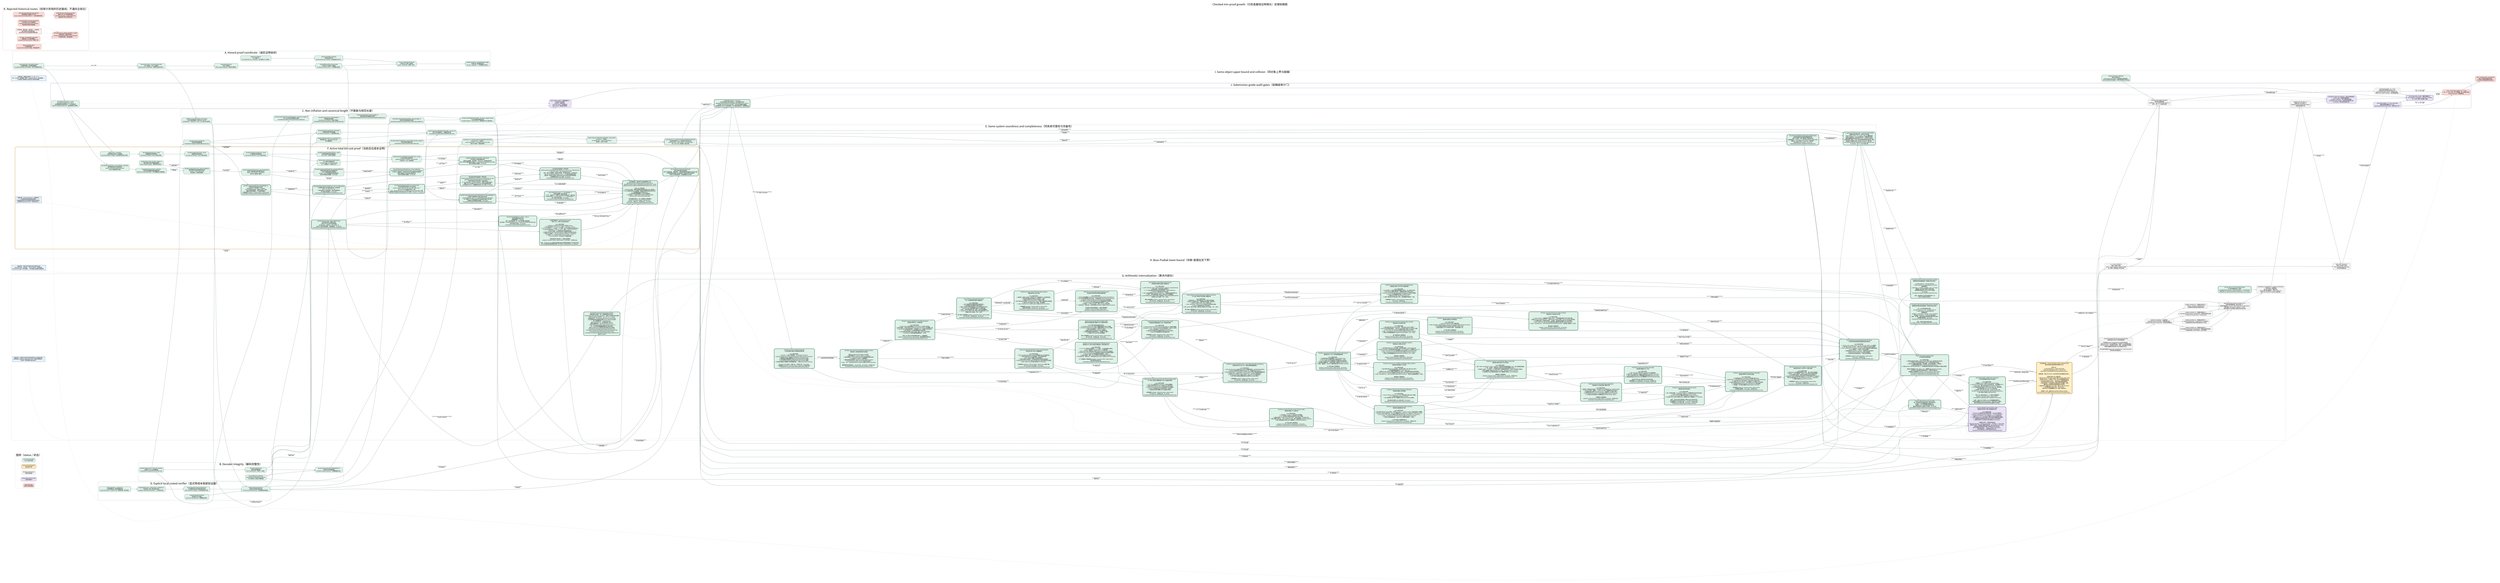
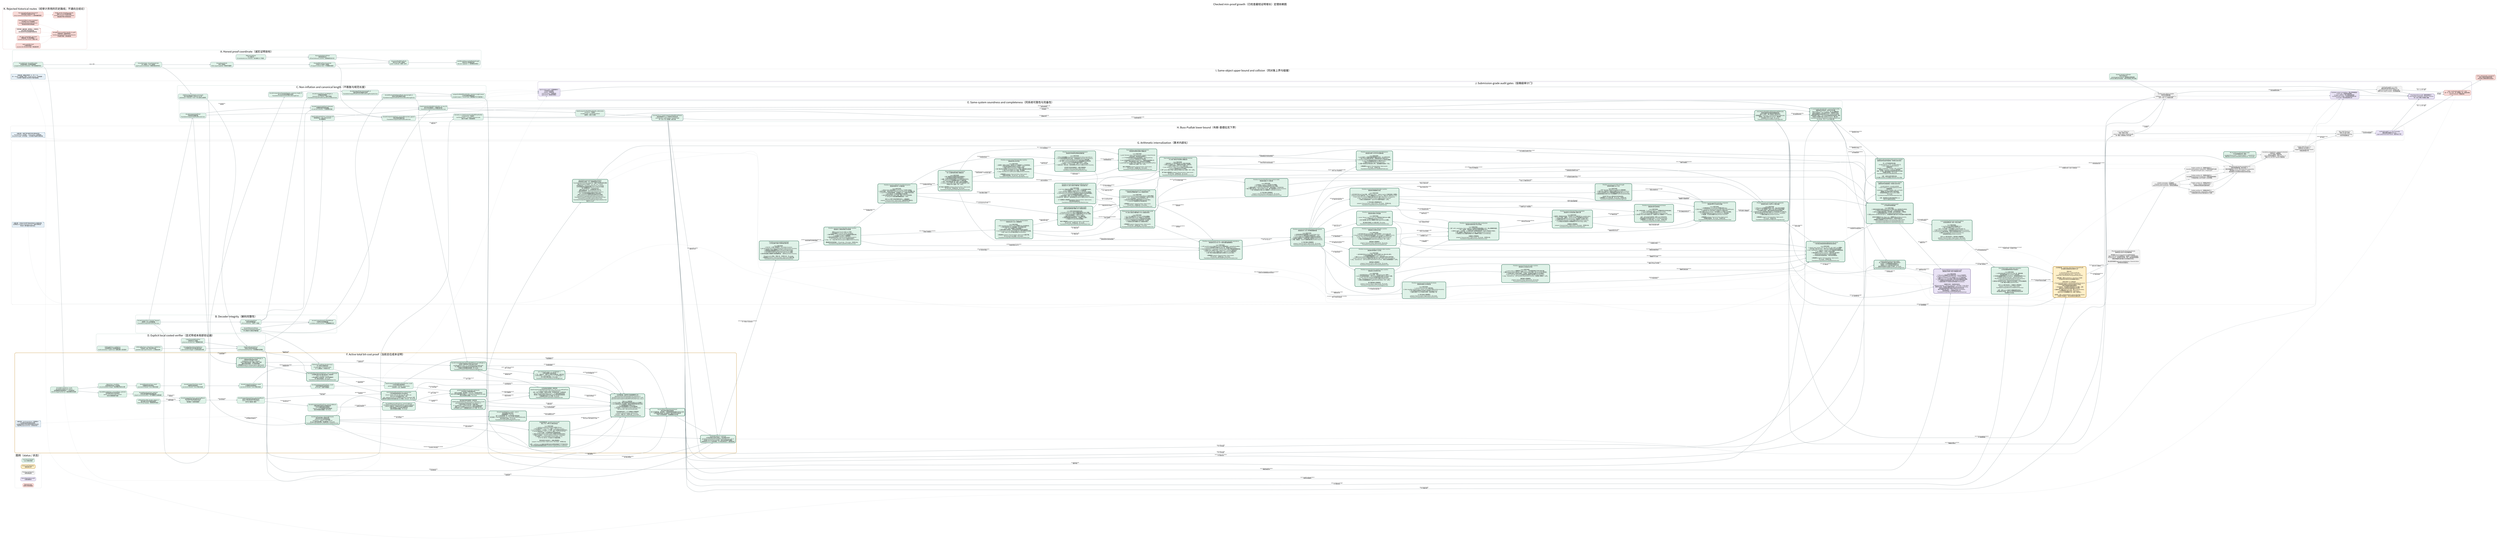
digraph CheckedMinProofDependencies {
  graph [
    rankdir=LR,
    bgcolor="white",
    compound=true,
    newrank=true,
    pad="0.35",
    nodesep="0.30",
    ranksep="0.62",
    fontname="Noto Sans CJK SC",
    fontsize=24,
    label="Checked min-proof growth（已检查最短证明增长）定理依赖图",
    labelloc="t",
    labeljust="c"
  ];
  node [
    shape=box,
    style="rounded,filled",
    fontname="Noto Sans CJK SC",
    fontsize=10.5,
    color="#526d75",
    fillcolor="#eef3f4",
    margin="0.14,0.09",
    penwidth=1.2
  ];
  edge [
    fontname="Noto Sans CJK SC",
    fontsize=8.5,
    color="#65777d",
    arrowsize=0.68,
    penwidth=1.05
  ];

  subgraph cluster_legend {
    label="图例（status / 状态）";
    color="#c8d1d4";
    style="rounded";
    done [label="Lean kernel checked\nLean 内核已检查", fillcolor="#dff2e8", color="#3f7c66"];
    active [label="Active proof obligation\n当前证明义务", fillcolor="#fff0c9", color="#b37a12", penwidth=2.2];
    pending [label="Pending root theorem\n待闭合根定理", fillcolor="#f3f3f3", color="#777777", style="rounded,filled,dashed"];
    audit [label="Axiom/dependency audit\n公理/依赖审计", fillcolor="#e9e3f5", color="#76639a"];
    rejected [label="Rejected route\n经审计弃用的路线", fillcolor="#f8d9d6", color="#a8443d", style="rounded,filled,dashed"];
  }

  subgraph cluster_coordinate {
    label="A. Honest proof coordinate（诚实证明坐标）";
    color="#8fb7aa";
    style="rounded";

    natcode [label="binaryNatCode / decodeBinaryNat\n自然数前缀码 / 自然数前缀解码\nescaped-bit prefix serialization（转义位前缀序列化）", fillcolor="#dff2e8"];
    syntaxcode [label="binaryTermCode + binaryFormulaCode\n项二进制码 + 公式二进制码\ntyped syntax serialization（类型化语法序列化）", fillcolor="#dff2e8"];
    sequentcode [label="binarySequentCode\n序列二进制码\nfinite sequent payload（有限序列载荷）", fillcolor="#dff2e8"];
    prooftree [label="CheckedPAProofTree.binaryCode\n已检查 PA 证明树二进制码\n10 sequent-calculus rules（十条相继式规则）", fillcolor="#dff2e8"];
    axiomcert [label="PAAxiomCertificate\nPA 公理证书\n23 constructors incl. induction（含归纳的 23 个构造）", fillcolor="#dff2e8"];
    structcert [label="StructuralValidityCertificate\n结构有效性证书\nall local witnesses counted（全部局部见证计长）", fillcolor="#dff2e8"];
    certifiedcode [label="binaryCertifiedPAProofCode\n带证书 PA 证明二进制码\nproof + certificate（证明 + 证书）", fillcolor="#dff2e8"];
    packedcode [label="packBinaryString / packedPayloadLength\n位串打包 / 有效载荷长度\nNat.size = payload + 1（自然数位长等式）", fillcolor="#dff2e8"];

    natcode -> syntaxcode [label="labels / 标签"];
    syntaxcode -> sequentcode;
    sequentcode -> prooftree;
    axiomcert -> structcert;
    prooftree -> certifiedcode;
    structcert -> certifiedcode;
    certifiedcode -> packedcode;
  }

  subgraph cluster_decoder {
    label="B. Decoder integrity（解码完整性）";
    color="#8fb7aa";
    style="rounded";

    typeddecoder [label="decodeCompactTerm / Formula / Sequent\n紧凑项 / 公式 / 序列解码器\nFoundationCompactPAProofVerifier.lean", fillcolor="#dff2e8"];
    proofdecoder [label="decodeCompactProof\n紧凑证明树解码器\nall 10 constructors（全部十个构造）", fillcolor="#dff2e8"];
    certdecoder [label="decodePAAxiomCertificate\ndecodeStructuralValidityCertificate\nPA 公理证书 / 结构证书解码器", fillcolor="#dff2e8"];
    packeddecoder [label="decodeCompactPackedCertifiedPAProof\n打包带证书证明解码器\nno hidden auxiliary witness（无隐藏辅助见证）", fillcolor="#dff2e8"];

    typeddecoder -> proofdecoder;
    certdecoder -> packeddecoder;
    proofdecoder -> packeddecoder;
  }

  subgraph cluster_size {
    label="C. Non-inflation and canonical length（不膨胀与规范长度）";
    color="#8fb7aa";
    style="rounded";

    structural [label="decodeCompactProof_parseWeight_le\n证明解码结构量界\nstructural non-inflation（结构不膨胀）\nFoundationCompactProofDecoderStructuralBound.lean", fillcolor="#dff2e8"];
    syntaxcanonical [label="decodeCompactTerm/Formula/Sequent_canonical_length_le\n项/公式/序列规范重编码长度界\nFoundationCompactCanonicalDecodeLength.lean", fillcolor="#dff2e8"];
    proofcanonical [label="decodeCompactProof_binaryLength_le\n完整证明树规范重编码长度界\nFoundationCompactProofCanonicalDecodeLengthComplete.lean", fillcolor="#dff2e8"];
    certcanonical [label="decodeStructuralValidityCertificate_binaryLength_le\n结构证书规范重编码长度界\nFoundationCompactCertificateCanonicalDecodeLength.lean", fillcolor="#dff2e8"];
    totalcanonical [label="compactCertifiedPAProofVerifier_canonical_length_bound\n公开验证器规范载荷总界\naccepted output <= honest input（接受输出不长于诚实输入）", fillcolor="#dff2e8"];
    transformsize [label="shift/free/neg/substitution size bounds\n移位/自由变量嵌入/否定/代入大小界\nsubstitution <= formula × term（代入至多公式乘项）", fillcolor="#dff2e8"];

    typeddecoder -> syntaxcanonical;
    proofdecoder -> structural;
    syntaxcanonical -> proofcanonical;
    certdecoder -> certcanonical;
    proofcanonical -> totalcanonical;
    certcanonical -> totalcanonical;
    syntaxcode -> transformsize;
  }

  subgraph cluster_explicit_local {
    label="D. Explicit local costed verifier（显式带成本局部验证器）";
    color="#8fb7aa";
    style="rounded";

    biteq [label="bitStringEqTrace / natEqTrace\n位串相等轨迹 / 自然数相等轨迹\nresult correctness + explicit cost（结果正确 + 显式成本）", fillcolor="#dff2e8"];
    bitset [label="bitStringMemTrace / SubsetTrace / SetEqTrace\n位串成员 / 包含 / 集合等价轨迹\nquadratic-style explicit bounds（二次型显式界）", fillcolor="#dff2e8"];
    formulalist [label="formulaEq/Mem/Subset/SetEqTrace\n公式相等/成员/包含/集合等价轨迹\ncode emission charged（公式码生成已计费）", fillcolor="#dff2e8"];
    listedtree [label="ListedCheckedPAProofTree\n列表序列 PA 证明树\npreserves decoded lists（保留解码列表）", fillcolor="#dff2e8"];
    listedcert [label="listedCertificateValidTrace\n列表证书有效性成本轨迹\nno Finset decide black box（无有限集判定黑箱）", fillcolor="#dff2e8"];

    biteq -> bitset;
    bitset -> formulalist;
    listedtree -> listedcert;
    formulalist -> listedcert;
    transformsize -> listedcert [label="local transforms\n局部变换"];
  }

  subgraph cluster_same_system {
    label="E. Same-system soundness and completeness（同系统可靠性与完备性）";
    color="#8fb7aa";
    style="rounded";

    listdecoder [label="decodeCompactListedProof\n列表保持证明解码器\nFoundationCompactListedProofDecoder.lean", fillcolor="#dff2e8"];
    projection [label="decodeCompactListedProof_toChecked\n列表解码投影到原检查器\n10-rule fuel induction（十规则燃料归纳）", fillcolor="#dff2e8"];
    localiff [label="listedCertificateValidTrace_toChecked_iff\n新局部轨迹 <-> 原 certificateValid\n语义精确等价", fillcolor="#dff2e8"];
    publiciff [label="listedCompactCertifiedPAProofVerifier_eq_true_iff\n新公开验证器接受 <-> 精确检查关系\nFoundationCompactListedCertifiedVerifier.lean", fillcolor="#dff2e8"];
    soundness [label="listedCompactCertifiedPAProofVerifier_toDerivation\nsoundness（可靠性）\naccepted code -> real PA Derivation2\n接受码 -> 真实 PA 推导", fillcolor="#dff2e8"];
    listencoder [label="decodeCompactListedProof_canonicalBinaryCode_append\n列表证明规范编码往返\nFoundationCompactListedProofEncoder.lean", fillcolor="#dff2e8"];
    completeness [label="derivation_to_listedCompactCertifiedPAProofVerifier\ncompleteness（完备性）\nreal PA derivation -> accepted canonical code\n真实 PA 推导 -> 规范接受码", fillcolor="#dff2e8"];
    predicate [label="Concrete P(x,y) / ListedCompactCertifiedPAProofChecks\n具体证明谓词 P(x,y) / 列表带证书检查关系\nsame formula + same checker + honest length\n同一公式 + 同一检查器 + 诚实长度", fillcolor="#dff2e8", penwidth=2.0];
    minmeasure [
      label="minListedCertifiedPAProofPayloadLength(formula)\n具体检查器诱导的最短完整载荷长度\n真实 PA 推导 -> 最小值由某个接受码实现\n任意接受码 -> minimum <= packedPayloadLength(code)\n接受码 -> 同公式真实 Derivation2（推导树）\n无项目级 proof_length；无 sorryAx\nFoundationCompactListedMinProofLength.lean",
      fillcolor="#dff2e8", color="#2f6f57", penwidth=2.8
    ];
    canonicalnormalize [
      label="P_canon(code, formulaCode) + canonical Bool verifier\n纯数值规范证明关系 + 规范布尔验证器\nBool verifier = true <-> P_canon，由 Lean 精确证明\n任意公开接受码 -> 同公式码规范码，完整载荷不增长\n最短完整载荷必由真实规范 proof + certificate 码实现\n全体码有限一致性 <-> 同 cutoff 的纯数值规范码有限一致性\n非规范/冗余编码不能人为压低 minimum（最小值）\nFoundationCompactListedCanonicalNormalization.lean\n无 sorryAx；仅三个 Lean 标准公理",
      fillcolor="#dff2e8", color="#2f6f57", penwidth=2.8
    ];

    typeddecoder -> listdecoder;
    listdecoder -> projection;
    proofdecoder -> projection;
    listedcert -> localiff;
    projection -> publiciff;
    localiff -> publiciff;
    packeddecoder -> publiciff;
    publiciff -> soundness;
    prooftree -> listencoder;
    listdecoder -> listencoder;
    listencoder -> completeness;
    listedcert -> completeness;
    soundness -> predicate;
    completeness -> predicate;
    predicate -> minmeasure [label="minimum over accepted codes\n对接受码取最小值"];
    completeness -> minmeasure [label="nonempty accepted set\n接受集合非空"];
    publiciff -> canonicalnormalize [label="decode every accepted code\n解码任意接受码"];
    listencoder -> canonicalnormalize [label="canonical re-encoding\n规范重编码"];
    totalcanonical -> canonicalnormalize [label="no payload growth\n载荷不增长"];
    minmeasure -> canonicalnormalize [label="minimum realized canonically\n最小值由规范码实现"];
  }

  subgraph cluster_cost_active {
    label="F. Active total bit-cost proof（当前总位成本证明）";
    color="#c18a27";
    style="rounded,bold";

    nattrace [label="decodeBinaryNatTrace_result\ndecodeBinaryNatTrace_cost_le\n自然数解码轨迹结果等价 + 二次位成本界\nNat.bit charged by Nat.size（按自然数位长收费）", fillcolor="#dff2e8", color="#3f7c66"];
    tracebind [label="OptionTrace + traceBind\n可选结果成本轨迹 + 轨迹绑定\nevery bind/failure charged（每次绑定/失败均计费）", fillcolor="#dff2e8", color="#3f7c66"];
    vectortrace [label="decodeManyVectorTrace_result\n向量解码轨迹结果等价\nLean kernel checked（Lean 内核已检查）", fillcolor="#dff2e8", color="#3f7c66"];
    termtrace [label="decodeCompactTermTrace_result\n项解码轨迹结果等价\nLean kernel checked（Lean 内核已检查）", fillcolor="#dff2e8", color="#3f7c66"];
    formulatrace [label="decodeCompactFormulaTrace_result\n公式解码轨迹结果等价\nLean kernel checked（Lean 内核已检查）", fillcolor="#dff2e8", color="#3f7c66"];
    prooftrace [label="decodeCompactListedProofTrace_result\n列表证明解码轨迹结果等价\nall 10 rules（全部十条规则）", fillcolor="#dff2e8", color="#3f7c66"];
    certtrace [label="PA/structural certificate decoder traces\nPA / 结构证书解码轨迹\n23 axiom tags + 4 recursive nodes\n23 个公理标签 + 4 种递归节点", fillcolor="#dff2e8", color="#3f7c66"];
    publictrace [label="listedCompactCertifiedPAProofVerifierTrace_result\n公开验证器轨迹结果等价\npacked envelope + formula + local checks\n打包外壳 + 公式 + 局部检查", fillcolor="#dff2e8", color="#3f7c66"];
    natpotential [label="decodeBinaryNatTrace_success/failure_potential\n自然数解码成功/失败势能界\nquartic consumed-prefix invariant\n四次已消费前缀不变量", fillcolor="#dff2e8", color="#3f7c66"];
    vectorpotential [label="decodeManyVectorTrace_potential\n任意长度向量解码摊还势能定理\ndisjoint consumed prefixes（互不重叠的已消费前缀）", fillcolor="#dff2e8", color="#3f7c66"];
    symbolcharge [label="arithmeticFunc/Rel_decode_charge_le\n算术函数/关系符号解码收费界\nfinite ORing language（有限有序环语言）", fillcolor="#dff2e8", color="#3f7c66"];
    termpotential [label="decodeCompactTermTrace_parserCostBound\n紧凑项解码器全路径摊还成本界\nsuccess + every failure path\n成功路径 + 全部失败路径", fillcolor="#dff2e8", color="#3f7c66"];
    formulapotential [label="decodeCompactFormulaTrace_parserCostBound\n紧凑公式解码器全路径摊还成本界\natoms / connectives / quantifiers\n原子式 / 联结词 / 量词", fillcolor="#dff2e8", color="#3f7c66"];
    proofpotential [
      label="decodeCompactListedProofTrace_parserCostBound\n列表证明树全路径四次势能成本界\n十条 PA 相继式规则全部通过\nand/cut 二叉子证明势能已望远镜相消\n成功/失败路径全覆盖；无 sorryAx",
      fillcolor="#dff2e8", color="#3f7c66"
    ];
    certpotential [
      label="decodePAAxiomCertificateTrace_parserCostBound\ndecodeStructuralValidityCertificateTrace_parserCostBound\n23 种 PA 公理标签 + 4 种递归证书节点全路径四次势能界\n归纳公理体和二元证书树已摊还闭合\n成功/失败路径全覆盖；无 sorryAx",
      fillcolor="#dff2e8", color="#3f7c66", penwidth=2.2
    ];
    packedcost [
      label="packed proof/formula decoder cost bounds\n打包证明/公式解码器成本界\n证明+证书串联、末位哨兵、dropLast、空后缀全部闭合\n两个公开打包解码器均不超过 2 × decoderPotential(Nat.size code)\n成功/失败路径全覆盖；无 sorryAx",
      fillcolor="#dff2e8", color="#2f6f57", penwidth=2.8
    ];
    transformcode [
      label="transformation binary-code length bounds\n语法变换完整二进制码长界\nshift/free/neg 均至多线性膨胀\nsubstitution：|phi[t]| <= 3(F+1)(W+1)F\n含 qpow 量词深度预算；无隐藏参数；无 sorryAx\nFoundationCompactSyntaxTransformationCodeBounds.lean",
      fillcolor="#dff2e8", color="#2f6f57", penwidth=2.8
    ];
    negtrace [
      label="binaryFormulaNegTrace_result / _cost_le\n否定变换真实递归轨迹\n结果精确等于 ∼formula\n每个公式构造收费一步；原子项向量不重复遍历\n执行成本 <= formulaSymbolCount <= |binaryFormulaCode(formula)|\n单文件探针已通过；无 sorryAx\nFoundationCompactSyntaxNegationTrace.lean",
      fillcolor="#dff2e8", color="#2f6f57", penwidth=2.8
    ];
    axmjoint [
      label="axm comparator input <= 2 * jointWeight + 1\n公理比较器输入联合坐标界\n上下文、候选句子、完整 PA 公理证书均落在同一诚实位权\ncertificateBits + sentenceBits + 1 <= 2 * jointWeight + 1\n四个坐标引理已通过；无 sorryAx\nFoundationCompactListedAxiomJointWeight.lean",
      fillcolor="#dff2e8", color="#2f6f57", penwidth=2.8
    ];
    honestproof [
      label="decodeCompactListedProof_honestWeight_le\n列表保持证明树诚实位权界\nweight(tree) + 8|suffix| <= 8|input|\n十条 PA 规则全部闭合；重复公式逐个计费\n覆盖任意成功解码，不只是规范编码\n公理画像仅 propext / Classical.choice / Quot.sound\nFoundationCompactListedProofHonestWeight.lean",
      fillcolor="#dff2e8", color="#2f6f57", penwidth=2.8
    ];
    honestcert [
      label="decodeCompactPackedListedCertifiedPAProof_honestWeight_le\n证明树+完整结构证书联合诚实位权界\njointWeight(tree,cert) <= 8 * packedPayloadLength(code)\nPA 公理证书 23 标签及递归证书全部由实际输入位计费\n无辅助见证和隐藏长度参数；无 sorryAx\nFoundationCompactListedCertifiedHonestWeight.lean",
      fillcolor="#dff2e8", color="#2f6f57", penwidth=2.8
    ];
    localprimitives [
      label="formulaEq/Mem/Subset/SetEqTrace_cost_le_polynomial\n公式相等/成员/包含/集合等价统一位成本界\nP(w) = 4 + 2(w+3)^2 + w\nw 是全部输入公式码位权，包含列表重复项\n四个端点全部通过；无 sorryAx\nFoundationCompactListedLocalCostPrimitives.lean",
      fillcolor="#dff2e8", color="#2f6f57", penwidth=2.8
    ];
    localbranches9 [
      label="10/10 listedCertificateValidTrace cost branches\n十条证明规则局部成本分支全部闭合\nclosed / verum / and / or / all / exs / wk / shift / cut：\n由 P(G(w)) 及生成语法界统一计费\naxm：由 A(w)=K*(2w+1)^12 的真实 guarded comparator 计费\n最终每节点固定多项式包络已由 Lean 检查；无 haxm、无 sorryAx",
      fillcolor="#dff2e8", color="#2f6f57", penwidth=2.8
    ];
    localinduction [
      label="联合坐标内部归纳骨架 + 具体实例\nlistedCertificateValidTrace_jointCost_le_polynomial_of_axm\nguardedListedCertificateValidTrace_jointCost_le\n十规则证明树/证书同步统一归纳已通过\nb = proofWeight + certificateWeight（证明+证书联合位权）\n抽象 haxm 已由真实 guarded axm 成本定理具体消除\n公开实例无 haxm；公理画像仅标准 Lean 公理；无 sorryAx",
      fillcolor="#dff2e8", color="#2f6f57", penwidth=2.8
    ];
    publicskeleton [
      label="公开总成本内部骨架 + 具体实例\nlistedCompactCertifiedPAProofVerifierTrace_cost_le_of_certificateTrace\ns = Nat.size(code) + Nat.size(formulaCode)\n合并：两个打包解码、局部证书检查、结论集合比较、公式码比较\nQ(s)=4*decoderPotential(s)+L(s)+1，L(s) 是显式固定多项式\n原先唯一内部证书成本义务现已由 guarded 联合成本定理消除\n公理画像仅标准 Lean 公理；无 sorryAx\nFoundationCompactListedPublicCostSkeleton.lean",
      fillcolor="#dff2e8", color="#2f6f57", penwidth=2.8
    ];
    publiccost [
      label="【主终端完成：具体带守卫检查器最终汇合】\nguardedListedCertificateValidTrace_jointCost_le\nguardedListedCompactCertifiedPAProofVerifierTrace_result\nguardedListedCompactCertifiedPAProofVerifierTrace_cost_le\n\n已由 Lean 内核检查：\n1. axm 的 23 标签、接受/拒绝路径和候选长度 guard 全部统一；\n2. axm 局部成本进入与证明树、结构证书相同的诚实联合位权；\n3. 十规则整树成本不再带 haxm；\n4. 公开轨迹结果精确等于公开验证器结果；\n5. 总位成本 <= listedPublicVerifierCostPolynomial(\n   Nat.size code + Nat.size formulaCode)。\n\n定向构建退出码 0；五个关键端点公理画像仅\npropext / Classical.choice / Quot.sound。\n无 haxm、无输入包、无项目公设、无 sorryAx。\nFoundationCompactListedGuardedAxiomCost.lean",
      fillcolor="#dff2e8", color="#2f6f57", penwidth=2.8
    ];
    amortized [label="Success/failure total potential bound\n成功/失败全路径总势能界\n两个打包解码器、语法变换、十规则局部检查和最终比较均已计费\n公开轨迹的所有输入对均满足同一固定多项式位成本界\n不是只分析接受路径；无隐藏辅助见证长度", fillcolor="#dff2e8", color="#2f6f57", style="rounded,filled", penwidth=2.8];
    costnote [shape=note, label="关键注释：result equivalence（结果等价）\n只证明轨迹没有改掉验证结果；\n必须再证明成功/失败全路径的固定多项式界，\n才能声称 polynomial time（多项式时间）。", fillcolor="#e8f1f8", color="#4e7892"];
    transformtrace [label="【共享终端完成：guarded axiom trace】\n移位 / 代入 / 带守卫公理比较轨迹\n\nLean 内核已检查：\n1. shift/free/substitution/list/fixitr 的真实 QTrace；\n2. fixitr 输出码长 <= 4*(L+1)^2；成本 <= 128*(m+L+1)^2*L；\n3. succInd 四次代入、三次否定、三个析取、两个全称量词全部真实执行；\n4. succInd 输出码长 <= 10^7*(L+1)^4；成本 <= 10^11*(L+1)^12；\n5. guard 完备：合法相等候选不会被提前拒绝；\n6. 接受分支 fixitr/allClosure/formulaEq 与拒绝分支总成本均闭合；\n7. 全部 23 标签统一：true iff certificate.sentence = candidate；\n8. 总成本 <= K*(certificateBits+sentenceBits+1)^12，\n   K=10^30+(3B+4)，B 为显式 26 句固定预算。\n\n两条验收命令退出码 0；关键公理画像仅\npropext / Classical.choice / Quot.sound；无 sorryAx、无项目公设。\n\n边界：certificate-only 直接生成完整归纳句在稀疏变量编号下不可能多项式；\n本节点完成的是保持接受关系的 candidate-length guarded comparator。", fillcolor="#dff2e8", color="#2f6f57", style="rounded,filled", penwidth=2.8];
    polytime [label="VerifierBitCost(x,y) <= p(|x|+|y|)\n公开验证器总位成本不超过一个显式固定多项式\nguardedListedCompactCertifiedPAProofVerifierTrace_cost_le\n对全部 code/formulaCode 成立，成功与失败路径均覆盖\n这里是项目 QTrace 位成本模型；PA 内短证明仍由下一簇单独完成", fillcolor="#dff2e8", color="#2f6f57", style="rounded,filled", penwidth=2.8];

    natcode -> nattrace;
    nattrace -> tracebind;
    tracebind -> vectortrace;
    vectortrace -> termtrace;
    termtrace -> formulatrace;
    formulatrace -> prooftrace;
    certdecoder -> certtrace;
    formulatrace -> certtrace;
    prooftrace -> publictrace;
    certtrace -> publictrace;
    publictrace -> amortized [label="exact behavior first\n先固定精确行为"];
    nattrace -> natpotential;
    natpotential -> vectorpotential;
    vectorpotential -> termpotential [label="argument vectors\n参数向量"];
    symbolcharge -> termpotential [label="finite symbol decoding\n有限符号解码"];
    termpotential -> formulapotential [label="terms inside atoms\n原子式中的项"];
    formulapotential -> proofpotential [label="formulas inside sequents\n序列中的公式"];
    proofpotential -> certpotential [label="proof/certificate alignment\n证明树/证书树对齐"];
    formulapotential -> certpotential [label="induction body\n归纳公理体"];
    certpotential -> packedcost [label="proof + certificate stream\n证明 + 证书串"];
    publictrace -> packedcost [label="same executable result\n同一可执行结果"];
    packedcost -> publiccost [label="decoded objects\n已解码对象"];
    transformsize -> transformcode [label="from symbol count to full bits\n从符号数提升到完整位长"];
    transformcode -> negtrace [label="input bit-length control\n输入位长控制"];
    negtrace -> publiccost [label="closed/cut negation charge\n闭合/切规则否定计费"];
    transformcode -> publiccost [label="generated-code bounds\n生成公式码长界"];
    listdecoder -> honestproof [label="all successful parses\n全部成功解码"];
    honestproof -> honestcert [label="proof-tree charge\n证明树计费"];
    certcanonical -> honestcert [label="full certificate bits\n完整证书位"];
    honestcert -> publiccost [label="joint decoded-data bound\n联合解码数据界"];
    honestcert -> axmjoint [label="proof + certificate coordinate\n证明 + 证书坐标"];
    axmjoint -> publiccost [label="guarded comparator input bound\n带守卫比较器输入界"];
    listedcert -> localprimitives [label="exact trace costs\n精确轨迹成本"];
    honestproof -> localprimitives [label="duplicate-preserving weights\n保留重复项位权"];
    localprimitives -> publiccost [label="uniform quadratic bound\n统一二次界"];
    localprimitives -> localbranches9 [label="per-rule instantiation\n逐规则实例化"];
    transformcode -> localbranches9 [label="generated syntax bounds\n生成语法界"];
    localbranches9 -> publiccost [label="nine checked branches\n九条已检查分支"];
    localbranches9 -> localinduction [label="structural aggregation\n结构汇总"];
    localinduction -> publiccost [label="haxm concretely discharged\nhaxm 已由具体定理消除"];
    localinduction -> publicskeleton [label="local certificate polynomial\n局部证书多项式"];
    packedcost -> publicskeleton [label="two packed decoder bounds\n两个打包解码界"];
    honestcert -> publicskeleton [label="decoded joint weight\n解码联合位权"];
    publicskeleton -> publiccost [label="concrete discharge checked\n具体消义务已检查"];
    listedcert -> publiccost [label="explicit local checks\n显式局部检查"];
    publiccost -> amortized;
    totalcanonical -> amortized [label="consumed-length control\n消费长度控制"];
    costnote -> amortized [style=dotted, arrowhead=none, constraint=false];
    transformcode -> transformtrace;
    transformtrace -> publiccost [label="guarded axm + shift/free/substitution costs\n带守卫公理 + 移位/自由化/代入成本"];
    amortized -> polytime;
    transformtrace -> polytime;
    totalcanonical -> polytime [label="input/output length control\n输入输出长度控制"];
    listedcert -> polytime [label="local cost bounds\n局部成本界"];
    predicate -> polytime [label="exact executable relation\n精确可执行关系"];
  }

  subgraph cluster_internalization {
    label="G. Arithmetic internalization（算术内部化）";
    color="#9a9a9a";
    style="rounded,dashed";

    listedconmeta [label="ListedCertifiedFiniteConsistencyAt(k)\n同一列表保持验证器的有限一致性元层语义\n无长度 <= k 的完整载荷码被接受为 ⊥\n普通及 2^(A*n) 放大版本无条件为真\n接受反向恢复同公式真实 PA 推导；无 sorryAx\nFoundationCompactListedFiniteConsistencyTarget.lean", fillcolor="#dff2e8", color="#2f6f57", penwidth=2.8];
    arithinput [label="Primitive-recursive packed input layer\n公开验证器打包输入的原始递归算术层\n\nLean 内核已检查：\n1. Nat.bits（小端二进制展开）为 primitive recursive；\n2. getLast?/dropLast 与 sentinel payload peel 均为 primitive recursive；\n3. 剥离成功 iff 输入精确等于 packBinaryString(payload)；\n4. 新剥离器结果精确等于现有 packedPayloadTrace 结果；\n5. decodeBinaryNat 已由 right-fold state machine 重建；\n6. 新状态机逐输入精确等于原前缀解码器，二者均为 primitive recursive。\n\n无 typed syntax 假设、无输入包、无项目公设、无 sorryAx；\n公理画像仅 propext / Classical.choice / Quot.sound 或其子集。\nFoundationCompactListedVerifierArithmeticInput.lean", fillcolor="#dff2e8", color="#2f6f57", penwidth=2.8];
    tokenstream [label="Primitive-recursive binary-Nat token stream machine\n原始递归二进制自然数记号流机器\n\n具体 bounded iterator 已由 Lean 检查：\n1. 状态明确区分 running / failed / accepted；\n2. 每步调用同一个 decodeBinaryNat 并保留真实剩余位串；\n3. 总步数由 inputBits+1 明确限制；\n4. 最终结果逐位串等于 repeated-prefix reference parser；\n5. binaryNatCode token stream 的规范往返成立；\n6. step、run、output 和 reference parser 全部 primitive recursive。\n\n覆盖畸形和非规范输入；无 rawCode、无 sorryAx、无项目公设。\nFoundationCompactBinaryNatStreamMachine.lean", fillcolor="#dff2e8", color="#2f6f57", penwidth=2.8];
    bitsync [label="Exact noncanonical bit/token stream synchronization\n非规范位流与 token 流精确同步\n\nLean 内核已检查：\n1. 定义 repeated decodeBinaryNat 的精确 token/位后缀关系；\n2. 关系可按任意 token 前后缀唯一切分并重新合成；\n3. 同一 token 前缀留下的位后缀唯一；\n4. 规范位编码只是特例，不把非规范高位零误判为规范码；\n5. bounded stream decoder 成功 iff 全部 token 恰好消费至空位后缀；\n6. 每个 token-list split 都对应真实 bit boundary。\n\n公理画像仅 propext / Classical.choice / Quot.sound 或其子集；\n无 canonical-input 假设、无 sorryAx。\nFoundationCompactBinaryNatStreamSynchronization.lean", fillcolor="#dff2e8", color="#2f6f57", penwidth=2.8];
    syntaxparser [label="Primitive-recursive arithmetic term/formula parser\n原始递归算术项 / 公式解析器\n\nLean 内核已检查：\n1. 纯 Nat token 状态机覆盖 bvar/fvar/func 与全部公式构造；\n2. 有序环函数、关系符号码与 typed decoder 的 decode₂ 条件精确一致；\n3. repeat frame 逐项处理参数，不按稀疏 arity 一次展开巨型任务表；\n4. 每个真实项 / 公式都有精确执行步数定理；\n5. 执行步数不超过真实 token 长度，固定二次 fuel 必然足够；\n6. 公开 parser 对规范编码精确返回同一 suffix。\n\n定向 Lean 探针与目标构建退出码 0；公理画像仅\npropext / Classical.choice / Quot.sound；静态禁用项扫描为空。\nFoundationCompactSyntaxTokenMachine.lean", fillcolor="#dff2e8", color="#2f6f57", penwidth=2.8];
    syntaxinversion [label="Exact arbitrary-input syntax inversion\n项 / 公式解析器任意输入精确反演\n\nLean 内核已检查：\n1. 每个纯数值任务栈都有类型化前缀语义；\n2. 每次数值状态转换反向保持该语义；\n3. 函数 / 关系符号有效码恢复同 arity 的真实有序环符号；\n4. repeat frame 恢复精确长度的 Fin 参数向量；\n5. 成功、失败及畸形输入统一由同一后向不变量覆盖；\n6. numeric parser 返回 suffix iff 输入等于某真实项 / 公式\n   的规范 token 前缀 ++ 同一 suffix。\n\n两个端点公理画像仅 propext / Classical.choice / Quot.sound；\n无 rawCode、无项目公设、无 sorryAx。\nFoundationCompactSyntaxTokenMachineInversion.lean", fillcolor="#dff2e8", color="#2f6f57", penwidth=2.8];
    syntaxbitsync [label="Typed syntax decoder iff exact token prefix\n类型化语法解码器与精确 token 前缀双向等价\n\nLean 内核已检查任意成功位串：\n1. decodeCompactTerm 成功 iff 精确消费该项 token 前缀；\n2. decodeCompactFormula 成功 iff 精确消费该公式 token 前缀；\n3. 两方向均保留同一个真实 bit suffix；\n4. 函数/关系符号代码由 decode₂ 精确恢复；\n5. 任意有限参数向量逐项同步，不隐藏 arity 展开；\n6. 非规范 binaryNat 表示完全覆盖。\n\n端点公理画像仅 propext / Classical.choice / Quot.sound；\n无 rawCode、无项目公设、无 sorryAx。\nFoundationCompactSyntaxBitTokenSynchronization.lean", fillcolor="#dff2e8", color="#2f6f57", penwidth=2.8];
    closedformula [label="Primitive-recursive closed-formula token machine\n原始递归闭公式记号机\n\nLean 内核已检查：\n1. 复用同一紧凑公式语法，但所有 term 位置遇到 fvar 标签即拒绝；\n2. 每次成功恢复真实类型化公式及同一 suffix；\n3. 恢复公式的 freeVariables 严格等于空集；\n4. 每个真实闭公式及每个 ArithmeticSentence 的嵌入规范编码必被接受；\n5. 成功 iff 闭公式规范 token 前缀，双向精确；\n6. step / bounded run / public parser 全部 primitive recursive。\n\n公理画像仅 propext / Classical.choice / Quot.sound；\n无额外闭性参数、无 rawCode、无 sorryAx。\nFoundationCompactClosedFormulaTokenMachine.lean", fillcolor="#dff2e8", color="#2f6f57", penwidth=2.8];
    proofparser [label="Primitive-recursive listed-proof structural parser\n原始递归列表保持证明树结构解析器\n\nLean 内核已检查：\n1. 纯 Nat 任务栈覆盖 closed/axm/verum/and/or/all/exs/wk/shift/cut；\n2. axm 标签现调用独立闭公式机，不再把普通 proposition 当 sentence；\n3. sequent cardinality 由 repeat-formula frame 逐项消费；\n4. 每个真实 ListedCheckedPAProofTree 都有精确执行步数定理；\n5. and/cut 左右子证明按编码顺序消费同一 suffix；\n6. 总步数 <= 2*tokenLength，固定二次 fuel 必然足够；\n7. 十标签分派、闭句分支、总状态机和公开 parser 全部 primitive recursive。\n\n定向探针及目标构建通过；关键公理画像仅\npropext / Classical.choice / Quot.sound。\nFoundationCompactProofTokenMachine.lean", fillcolor="#dff2e8", color="#2f6f57", penwidth=2.8];
    proofinversion [label="Exact arbitrary-input listed-proof inversion\n列表保持证明树任意输入精确反演\n\nLean 内核已检查：\n1. proof / formula / term / repeat-formula / sequent / closed-formula\n   六类任务统一具有类型化前缀语义；\n2. 十个节点标签的每条反向分支均恢复同一 typed proof tree；\n3. and/cut 严格恢复左右子树次序；\n4. axm 分支恢复真实 ArithmeticSentence，不接受含自由变量公式；\n5. 成功、失败及畸形输入由同一后向状态不变量覆盖；\n6. proof token parser 成功 iff 输入为某真实 ListedCheckedPAProofTree\n   的规范 token 前缀 ++ 同一 suffix。\n\n端点公理画像仅 propext / Classical.choice / Quot.sound；\n无 rawCode、无项目公设、无 sorryAx。\nFoundationCompactProofTokenMachineInversion.lean", fillcolor="#dff2e8", color="#2f6f57", penwidth=2.8];
    certparser [label="Primitive-recursive PA/structural certificate parsers\n原始递归 PA 公理 / 结构证书解析器（规范完备方向）\n\nLean 内核已检查：\n1. 23 个 PA 公理标签全部覆盖；0..21 固定，3/4 校验函数/关系码；\n2. tag 22 调用同一 binder-arity-1 公式解析器；\n3. 新 PA 证书 token 编码逐证书等于旧 binary code 的 Nat 前缀流；\n4. leaf/axiomCert/unary/binary 四类结构证书由显式任务栈递归解析；\n5. binary 左右子证书按编码顺序消费同一 suffix；\n6. 线性步数界、固定二次 fuel 和两个规范往返端点均已闭合；\n7. PA 标签分派、结构节点、总状态机和公开 parser 全部 primitive recursive。\n\n七个关键端点公理画像仅 propext / Classical.choice / Quot.sound；\n静态禁用项扫描为空。\nFoundationCompactCertificateTokenMachine.lean", fillcolor="#dff2e8", color="#2f6f57", penwidth=2.8];
    certinversion [label="Exact arbitrary-input PA/structural certificate inversion\nPA 公理 / 结构证书任意输入精确反演\n\nLean 内核已检查：\n1. 固定标签 0..21 逐项恢复对应 PA 公理证书构造器；\n2. 标签 3/4 恢复同 arity、同编码的真实函数 / 关系符号；\n3. 标签 22 恢复 binder-arity-1 归纳公式；\n4. leaf / axiomCert / unary / binary 四类节点全部反向恢复；\n5. binary 严格恢复左右子证书顺序；\n6. 两个 parser 成功 iff 输入为真实证书规范 token 前缀 ++ 同一 suffix。\n\n两个端点公理画像仅 propext / Classical.choice / Quot.sound；\n无 rawCode、无项目公设、无 sorryAx。\nFoundationCompactCertificateTokenMachineInversion.lean", fillcolor="#dff2e8", color="#2f6f57", penwidth=2.8];
    proofbitsync [label="Listed proof typed decoder iff exact token prefix\n列表保持证明解码器与 token 前缀双向等价\n\nLean 内核已检查：\n1. closed/axm/verum/and/or/all/exs/wk/shift/cut 十规则全覆盖；\n2. sequent、term、formula 与左右子证明保留同一真实 bit suffix；\n3. axm 分支恢复同一 ArithmeticSentence；\n4. 成功方向与完备方向均覆盖非规范 binaryNat 表示；\n5. and/cut 严格保留左右子树消费次序。\n\n公理画像仅 propext / Classical.choice / Quot.sound；\n无 rawCode、无项目公设、无 sorryAx。\nFoundationCompactProofBitTokenSynchronization.lean", fillcolor="#dff2e8", color="#2f6f57", penwidth=2.8];
    certbitsync [label="PA/structural certificate typed decoder iff exact token prefix\nPA 公理 / 结构证书解码器与 token 前缀双向等价\n\nLean 内核已检查：\n1. 23 个 PA 公理标签及 induction 公式体全部覆盖；\n2. 函数/关系符号由 decode₂ 恢复同 arity 真实符号；\n3. leaf/axiomCert/unary/binary 四类递归证书全覆盖；\n4. binary 严格保留左右证书顺序及同一位后缀；\n5. 任意成功位串与精确 token 前缀双向等价。\n\n公理画像仅 propext / Classical.choice / Quot.sound；\n无 rawCode、无项目公设、无 sorryAx。\nFoundationCompactCertificateBitTokenSynchronization.lean", fillcolor="#dff2e8", color="#2f6f57", penwidth=2.8];
    packedtokensync [label="Primitive-recursive packed stream + exact typed-decoder equivalence\n原始递归打包 token 流 + 类型化解码器精确等价\n\nLean 内核已检查：\n1. 公开 code 的 sentinel 哨兵位与 payload 剥离使用同一 packedPayloadBits；\n2. payload 逐前缀转为完整 Nat token 流，流函数已证 Primrec；\n3. listed proof tokens ++ structural certificate tokens 按公开解码顺序精确拼接；\n4. 证明码 token 流成功 iff 同一 typed proof + certificate 解码成功；\n5. formulaCode token 流成功 iff 同一 typed formula 解码成功；\n6. 两个等价均保留全载荷消费与非规范 binaryNat 表示。\n\n公理画像仅 propext / Classical.choice / Quot.sound；\n无 rawCode、无项目公设、无 sorryAx。\nFoundationCompactListedPackedBitTokenSynchronization.lean", fillcolor="#dff2e8", color="#2f6f57", penwidth=2.8];
    numericvalues [label="Primitive-recursive term/formula/sequent value parsers\n原始递归项 / 公式 / 序列数值值解析器\n\nLean 内核已检查：\n1. 在结构判断同时保留精确 canonical token slice；\n2. term 与 formula 解析返回已消费值及同一 suffix；\n3. sequent 按首 token 的基数逐公式解析并保持原顺序；\n4. 规范输入精确往返；任意成功输入恢复真实 typed syntax；\n5. 单值、重复值、sequent 总解析器全部 primitive recursive。\n\n九个审计端点公理画像仅\npropext / Classical.choice / Quot.sound；无 sorryAx。\nFoundationCompactNumericSyntaxValueParser.lean", fillcolor="#dff2e8", color="#2f6f57", penwidth=2.8];
    numericchecks [label="Primitive-recursive numeric formula-list checks\n原始递归数值公式列表检查\n\nLean 内核已检查：\n1. canonical formula token 编码单射；\n2. token equality / membership / subset / set equality 全部 primitive recursive；\n3. 四个结果在任意规范公式列表上逐点等于 typed trace；\n4. 重复元素按 Finset 外延语义处理，与原检查器一致。\n\n九个审计端点公理画像仅\npropext / Classical.choice / Quot.sound；无 sorryAx。\nFoundationCompactNumericFormulaListChecks.lean", fillcolor="#dff2e8", color="#2f6f57", penwidth=2.8];
    numericconstructors [label="Primitive-recursive direct formula constructors\n原始递归直接公式构造器\n\nLean 内核已检查：\n1. verum / falsum / and / or / all / exs 六种构造全为纯 token 函数；\n2. 六个函数全部 primitive recursive；\n3. 每个规范输入逐 token 精确等于真实 typed formula 编码。\n\n审计端点仅依赖 Lean 标准公理；无 sorryAx。\nFoundationCompactNumericFormulaConstructors.lean", fillcolor="#dff2e8", color="#2f6f57", penwidth=2.8];
    numericnegation [label="Primitive-recursive formula-negation token machine\n原始递归公式否定记号机\n\nLean 内核已检查：\n1. 运行状态只有 Nat 与 Nat 列表，不把 typed syntax 当输入；\n2. term 记号逐项原样复制，八种 formula 标签执行真实 De Morgan 对偶；\n3. term / term-list / formula 的完整任务执行语义均已闭合；\n4. step、bounded run 与公开 transform 全部 primitive recursive；\n5. 规范公式前缀精确返回 negated formula tokens + 同一 suffix。\n\n两个最终端点公理画像仅\npropext / Classical.choice / Quot.sound；无 sorryAx。\nFoundationCompactNumericFormulaNegation.lean", fillcolor="#dff2e8", color="#2f6f57", penwidth=2.8];
    numericshift [label="Primitive-recursive formula-shift token machine\n原始递归公式移位记号机\n\nLean 内核已检查：\n1. 运行状态只有 Nat 与 Nat 列表，逐任务消费同一 parser token 流；\n2. bound variable 与全部结构标签原样保留，free variable [1,i] 精确变为 [1,i+1]；\n3. term / term-list / formula 的完整执行语义逐点等于 Rewriting.shift；\n4. step、bounded run 与公开 transform 全部 primitive recursive；\n5. 规范公式前缀精确返回 shifted formula tokens + 同一 suffix。\n\n最终端点公理画像仅\npropext / Classical.choice / Quot.sound；无 sorryAx。\nFoundationCompactNumericFormulaShift.lean", fillcolor="#dff2e8", color="#2f6f57", penwidth=2.8];
    numericfree [label="Primitive-recursive formula-free token machine\n原始递归公式自由化记号机\n\nLean 内核已检查：\n1. source arity n+1 精确降到 target arity n，任务栈携带量词下真实当前元数；\n2. 最后 bound variable 变为 &0，较早 bound variable 保持，旧 free variable 取后继；\n3. 仅消费长度为 2 的真实变量头，空消费、失败路径及函数头均不会误触发；\n4. term / term-list / formula 沿元数等式的完整语义逐点等于 Rewriting.free；\n5. step、bounded run、公开 transform 均 primitive recursive，规范输入保留同一 suffix。\n\n最终端点公理画像仅\npropext / Classical.choice / Quot.sound；无 sorryAx。\nFoundationCompactNumericFormulaFree.lean", fillcolor="#dff2e8", color="#2f6f57", penwidth=2.8];
    numericsubstitution [label="Primitive-recursive one-variable substitution token machine\n原始递归单变量代入记号机\n\nLean 内核已检查：\n1. 运行状态只有 Nat 与 Nat 列表，见证项以固定 token 输入进入迭代；\n2. 任务栈精确跟踪量词下 source arity 1+d；\n3. 最后 bound variable 替换为完整闭见证 token，其余变量与结构头原样保留；\n4. term / term-list / formula 完整执行语义逐 token 等于 ((Rew.subst ![w]).qpow d)；\n5. step、bounded run、公开 transform 均 primitive recursive，规范公式前缀保留同一 suffix。\n\n最终端点公理画像仅\npropext / Classical.choice / Quot.sound；无 sorryAx。\nFoundationCompactNumericFormulaSubstitution.lean", fillcolor="#dff2e8", color="#2f6f57", penwidth=2.8];
    numericfixitr [label="Primitive-recursive formula-fixitr token machine\n原始递归变量捕获记号机\n\nLean 内核已检查：\n1. 运行状态只有 Nat 与 Nat 列表，任意 base arity n、capture count m 与量词深度 d 均覆盖；\n2. bound variable 保持不变；free i<m 精确变为 bound n+d+i；其余 free i 变为 free (i-m)；\n3. term / term-list / formula 完整执行语义逐 token 等于 ((Rew.fixitr n m).qpow d)；\n4. step、bounded run 与公开 transform 全部 primitive recursive；\n5. 规范公式前缀返回同一 typed fixitr 结果并保留同一 suffix。\n\n十个审计端点公理画像至多为\npropext / Classical.choice / Quot.sound；无 sorryAx、无项目公设。\nFoundationCompactNumericFormulaFixitr.lean", fillcolor="#dff2e8", color="#2f6f57", penwidth=2.8];
    numericsuccind [label="Primitive-recursive succInd(body) token construction\n原始递归后继归纳公式记号构造\n\nLean 内核已检查：\n1. 每个 shift / substitution / fixitr / negation 子变换必须完整消费输入公式，禁止忽略畸形尾部；\n2. 零、开放零、开放后继三类见证均为固定纯数值 token；\n3. 四条代入执行、三次否定、三个析取与两个全称量词均在同一 Option 失败语义中组合；\n4. 整个函数输入/输出只有 Nat 与 List Nat，且已证 primitive recursive；\n5. 任意规范 body 的最终结果逐 token 精确等于原定义 succInd(body)。\n\n关键端点公理画像仅\npropext / Classical.choice / Quot.sound；无 sorryAx、无项目公设。\nFoundationCompactNumericSuccIndSentence.lean", fillcolor="#dff2e8", color="#2f6f57", penwidth=2.8];
    numericfvsup [label="Primitive-recursive formula fvSup computation\n原始递归公式自由变量上确界计算\n\nLean 内核已检查：\n1. 复用同一数值语法任务栈，只在真正 term 位置识别 free-variable token；\n2. relation 标签、函数头、bound variable 与普通数字均不会误计；\n3. 单遍输出逐点等于 formula.fvarList，并保留同一未消费 suffix；\n4. listFvSup 的 max(index+1) fold 已独立证明 primitive recursive；\n5. 公开端点对任意规范公式精确返回 (formula.fvSup, suffix)。\n\n关键端点公理画像仅\npropext / Classical.choice / Quot.sound；无 sorryAx、无项目公设。\nFoundationCompactNumericFormulaFvSup.lean", fillcolor="#dff2e8", color="#2f6f57", penwidth=2.8];
    numericallclosure [label="Primitive-recursive iterated universal closure\n原始递归迭代全称闭包\n\nLean 内核已检查：\n1. 每一步真实前置一个 universal token 6，不把整段闭包当作单位成本；\n2. depth 次迭代的输入/输出只有 Nat 与 List Nat；\n3. step 与 nat-iterate 整体均已证明 primitive recursive；\n4. 对任意 arity=depth 的规范公式，结果逐 token 精确等于 ∀⁰* formula。\n\n边界：本节点本身不宣称按二进制 depth 多项式时间；\n必须由黄色节点先证明 depth <= candidate bit length。\n公理画像仅 Lean 标准公理；无 sorryAx、无项目公设。\nFoundationCompactNumericAllClosure.lean", fillcolor="#dff2e8", color="#2f6f57", penwidth=2.8];
    numerictokenbitlength [label="Primitive-recursive exact token bit length\n原始递归精确 token 位长\n\nLean 内核已检查：\n1. 每个 Nat token 用公开 binaryNatCode 重新编码；\n2. 任意 token 列表的总二进制位长函数已证 primitive recursive；\n3. 项与公式的规范 token 流重新编码后逐位等于原 binary code；\n4. 因而规范候选公式的 token 位长精确等于公开 formulaCode 位长。\n\n这关闭了把 token 数误当位长的坐标风险；\n公理画像仅 Lean 标准公理，无 sorryAx、无项目公设。\nFoundationCompactNumericTokenBitLength.lean", fillcolor="#dff2e8", color="#2f6f57", penwidth=2.8];
    numericguardedinduction [label="Primitive-recursive guarded induction comparator\n原始递归带守卫归纳句比较器\n\nLean 内核已检查：\n1. 先纯数值构造 succInd(body) 并精确计算 fvSup；\n2. 仅当 fvSup <= candidate formulaCode bit length 才执行 fixitr/allClosure；\n3. 生成句逐 token 等于标签 22 的真实 PA 归纳证书句；\n4. 对每个规范 body/candidate，布尔结果为 true iff 两个句子相等；\n5. 守卫拒绝分支由 typed guard completeness 排除漏接；\n6. 构造器、守卫及比较器均已证 primitive recursive。\n\n公理画像仅 propext / Classical.choice / Quot.sound；\n无隐藏长度参数、无 sorryAx、无项目公设。\nFoundationCompactNumericGuardedInductionSentence.lean", fillcolor="#dff2e8", color="#2f6f57", penwidth=2.8];
    numericfixedaxioms [label="Primitive-recursive fixed PA-axiom sentence table\n原始递归固定 PA 公理句表\n\nLean 内核已检查：\n1. 证书标签 0..21 的 22 个非归纳分支全覆盖；\n2. 20 个无参数公理直接返回规范句 token 常量；\n3. 函数外延按 4 个合法 (arity,code) 分派，关系外延按 2 个合法对分派；\n4. 输入/输出只有 Nat、Nat×Nat 和 List Nat，整个查表函数 primitive recursive；\n5. 每个规范固定证书逐 token 精确等于 certificate.sentence。\n\n五个审计端点公理画像仅\npropext / Classical.choice / Quot.sound；无 sorryAx。\nFoundationCompactNumericFixedPAAxiomSentence.lean", fillcolor="#dff2e8", color="#2f6f57", penwidth=2.8];
    numericallaxioms [label="Primitive-recursive all-23-tag PA-axiom comparator\n原始递归全部 23 标签 PA 公理比较器\n\nLean 内核已检查：\n1. 证书 parser 必须精确消费到空 suffix，禁止多余垃圾尾部；\n2. 标签 0..21 进入固定表，标签 22 进入带守卫归纳比较器；\n3. 非法函数/关系码、畸形归纳体和未知标签均拒绝；\n4. 任意证书 token 对规范候选句返回 true iff 存在真实 PA 公理证书，\n   输入恰为其完整 token 且 certificate.sentence = candidate；\n5. 完整比较器已证 primitive recursive。\n\n公理画像仅 propext / Classical.choice / Quot.sound；\n无 sorryAx、无项目公设。\nFoundationCompactNumericPAAxiomComparator.lean", fillcolor="#dff2e8", color="#2f6f57", penwidth=2.8];
    numericrules [label="10/10 primitive-recursive listed local rule checks\n十条列表证明局部规则纯数值检查全部闭合\n\nLean 内核已检查：\n1. closed / axm / verum / and / or / all / exs / wk / shift / cut 全覆盖；\n2. 每个输入只有公式 token、序列 token 列表及子节点布尔结果；\n3. free / substitution / negation / sequent shift 均调用真实纯数值变换；\n4. axm 调用同一个全部 23 标签比较器；\n5. 每条函数均 primitive recursive，规范字段上逐点等于\n   listedCertificateValidTrace 对应分支结果；\n6. 子有效性是任务栈返回值，不是外部证明假设。\n\n公理画像仅 propext / Classical.choice / Quot.sound；\n无 sorryAx、无项目公设。\nFoundationCompactNumericListedRuleChecks.lean", fillcolor="#dff2e8", color="#2f6f57", penwidth=2.8];
    numericnodefields [label="Primitive-recursive synchronized node-field parsers\n原始递归证明 / 证书节点字段解析器\n\nLean 内核已检查：\n1. proof 标签 0..9 按真实编码顺序解析父序列、主公式和见证项；\n2. 每个节点只消费立即字段，完整保留后续子证明 token；\n3. structural certificate 的 leaf/axiom/unary/binary 四形状全覆盖；\n4. axiom 节点精确截取完整 PA 公理证书 token；\n5. 两侧 dispatcher 均 primitive recursive；\n6. 对每个真实树/证书及任意 suffix，返回精确字段和同一子流。\n\n公理画像仅 propext / Classical.choice / Quot.sound；\n无 sorryAx、无项目公设。\nFoundationCompactNumericListedNodeFields.lean", fillcolor="#dff2e8", color="#2f6f57", penwidth=2.8];
    numericparser [label="Public local-check numeric graph\n公开局部检查纯数值图\n\nLean 内核已检查：\n1. 有限任务栈同步消费 proof/certificate 两条 token 流并核对节点形状；\n2. 子结论与子布尔结果自底向上送入十条真实局部合并器；\n3. 显式 fuel 覆盖完整规范树，形状错配、耗尽及畸形输入一律拒绝；\n4. 规范树结果逐点等于 listedCertificateValidTrace；\n5. 任意 packed code/formulaCode 上，新纯数值验证器与原公开验证器布尔值逐点相等。\n\n全部运行数据仅为 Nat / Bool / List；完整图已证 primitive recursive。\n定向探针与目标模块构建退出码 0；禁用项扫描为空；\n关键端点公理画像仅 propext / Classical.choice / Quot.sound。\nFoundationCompactNumericListedTaskMachine.lean\nFoundationCompactNumericListedPublicVerifier.lean", fillcolor="#dff2e8", color="#2f6f57", penwidth=2.8];
-     directtrace [label="Direct finite public-verifier trace semantics\n公开验证器直接有限运行轨迹语义\n\nLean 内核已检查：\n1. 明确定义 time i 的真实 task-machine state；\n2. canonical trace 列出从 0 到 fuel 的全部状态，长度精确 fuel+1；\n3. trace 生成、索引及有效性均为 primitive recursive；\n4. 公开直接见证包记录 proof/formula token 流、解析结果、\n   结论值和完整 task-machine 状态列表；\n5. 对任意 code/formulaCode：publicVerifier=true\n   iff exists trace, DirectTraceValid(code,formulaCode,trace)；\n6. 整个端点不调用 projection/rfind。\n\n定向 Lean 探针退出码 0；六个端点公理画像仅\npropext / Classical.choice / Quot.sound。\nFoundationCompactNumericListedDirectTrace.lean\n\n边界：当前 Valid 对组件 parser 使用精确函数等式，\n中央状态链使用 canonical equality；局部 tableau 编码、\n组件内部轨迹及多项式序列化界仍由黄色节点完成。", fillcolor="#dff2e8", color="#2f6f57", penwidth=2.8];
+     localtableau [label="Local initial/step/final task-machine tableau\n任务机局部初态 / 单步 / 终态计算表\n\nLean 内核已检查：\n1. LocalTraceValid 要求行数精确 fuel+1；\n2. 第 0 行严格等于公开 initial state；\n3. 每个 i<fuel 的第 i+1 行严格等于 verifierStep(第 i 行)；\n4. 单步 transition relation、长度和初态关系均为 primitive recursive；\n5. canonical trace 满足局部表；任意合法局部表逐行等于 canonical trace；\n6. 因而 local validity iff canonical bounded run，\n   总局部谓词也是 primitive recursive。\n\n定向 Lean 探针退出码 0；相关端点公理画像仅\npropext / Classical.choice / Quot.sound；无 sorryAx。\nFoundationCompactNumericListedDirectTrace.lean", fillcolor="#dff2e8", color="#2f6f57", penwidth=2.8];
+     directtrace [label="Direct finite public-verifier trace semantics\n公开验证器直接有限运行轨迹语义\n\nLean 内核已检查：\n1. 公开见证包记录 proof/formula token 流、解析结果、\n   结论值和完整 task-machine 状态列表；\n2. 见证现在直接要求绿色 local tableau，另检查终态结果为 true；\n3. 对任意 code/formulaCode：publicVerifier=true\n   iff exists trace, DirectTraceValid(code,formulaCode,trace)；\n4. DirectTraceValid 为 primitive recursive；\n5. 接受运行规范地产生见证，任意合法见证反推同一公开验证器接受；\n6. 整个端点不调用 projection/rfind。\n\n定向 Lean 探针退出码 0；关键端点公理画像仅\npropext / Classical.choice / Quot.sound。\nFoundationCompactNumericListedDirectTrace.lean\n\n边界：组件 parser 目前仍以精确函数等式核对；\n其内部状态子轨迹、显式 Nat 序列化及多项式位长界\n仍由黄色节点完成。", fillcolor="#dff2e8", color="#2f6f57", penwidth=2.8];
    resemanticprobe [label="Generic RE/rfind representation audit\n通用递归可枚举 / 最小化搜索表示审计\n\nLean 内核已检查：\n1. P(bound,y) 精确表示存在载荷长度 <= bound 的接受码；\n2. witness relation primitive recursive，P 为 RE predicate；\n3. 固定 Nat.ArithPart1.Code 并保留 Code.eval 求值证明；\n4. 二变量 Sigma-one 公式与有限一致性句的标准模型语义精确；\n5. 二进制数词实例具有线性于输入位长的公式符号数界；\n6. 接受实例在 PA 中定性可证并有真实 Derivation2。\n\n定量审计结论：构造链实际经过\nREPred.projection -> Partrec.projection -> rfindOpt -> Code.rfind；\n其算术公式含“所有更小搜索阶段失败”的 bounded minimality。\n目前没有该前缀证明长度关于载荷位长的多项式界，\n故它只保留为语义审计，不作为 suitable numeration。\n目标构建通过；公理画像仅标准三项。\nFoundationCompactNumericListedProofPredicate.lean", fillcolor="#e9e3f5", color="#76639a", penwidth=2.6];
-     compactformula [label="【主终端当前：Locally checkable direct CompactProof】\n局部可核验的直接紧凑证明算术公式\n\n目标公式：\nP_direct(bound,y) := exists proofCode,\n  payloadLength(proofCode) <= bound and\n  exists trace, DirectVerifierTrace(proofCode,y,trace)。\n\n前置进展：绿色 directtrace 已关闭存在轨迹的精确外部语义。\n\n当前必须由 Lean 内核关闭：\n1. 把 canonical state-list equality 改写为 initial / step / final\n   的局部 tableau（计算表）检查，禁止全局重算整条轨迹；\n2. 为 packed/token parser、公式 parser 与局部变换补齐\n   可组合的内部运行子轨迹，不能只保留函数结果等式；\n3. 给全部状态、子轨迹和见证构造显式 Nat 编码，证明\n   编码位长与局部核验总量有固定多项式界；\n4. 直接手写二变量 Sigma-one 公式，禁止 projection/rfind；\n5. 标准模型语义逐点 iff 同一 P(bound,y)，\n   否定 falsum 实例精确等于同一有限一致性语义。\n\n当前第一义务：局部 task-machine tableau checker\n及 canonical trace 对该 checker 的 soundness/completeness。", fillcolor="#fff0c9", color="#b37a12", penwidth=2.8];
+     compactformula [label="【主终端当前：Explicitly coded direct CompactProof】\n显式编码的直接紧凑证明算术公式\n\n目标公式：\nP_direct(bound,y) := exists proofCode,\n  payloadLength(proofCode) <= bound and\n  exists trace, DirectVerifierTrace(proofCode,y,trace)。\n\n前置进展：绿色 localtableau + directtrace 已关闭\n中央逐步运行和存在见证的精确外部语义。\n\n当前必须由 Lean 内核关闭：\n1. 为 packed/token parser、proof/certificate/formula parser\n   与局部语法变换补齐可组合的内部运行子轨迹，\n   不能只保留最终函数结果等式；\n2. 给全部状态、子轨迹和见证构造显式 Nat 编码，证明\n   编码位长与局部核验总量有固定多项式界；\n3. 直接手写二变量 Sigma-one 公式，禁止 projection/rfind；\n4. 标准模型语义逐点 iff 同一 P(bound,y)，\n   否定 falsum 实例精确等于同一有限一致性语义。\n\n当前第一义务：packed payload + binary-Nat token stream\n的局部子轨迹接口、组合定理和显式编码边界。", fillcolor="#fff0c9", color="#b37a12", penwidth=2.8];
    patrace [label="PA proof compiler for the direct trace formula\n直接轨迹公式的 PA 短证明编译器\n\n等待黄色 direct CompactProof 公式闭合后启动：\n给定 proofCode 与合法接受轨迹，构造同一公式实例的真实\nPA Derivation2，并证明公式生成、见证、逐步核验及拼接的\n完整证明载荷长度为输入位长的固定多项式。\n\n禁止逐实例调用 Sigma-one completeness / Classical.choice\n来声称任何长度结论。", fillcolor="#f3f3f3", color="#777777", style="rounded,filled,dashed"];
    suitable [label="suitable numeration（合适枚举）\nbit graph representability（位图可表示性）\npolynomial proof construction（多项式证明构造）", fillcolor="#f3f3f3", color="#777777", style="rounded,filled,dashed"];
    cond0 [label="Pudlak condition (0)（普德拉克条件 0）\nPA 内证明 proof-bound monotonicity（证明长度界单调性）\nP 的较紧/较松 cutoff 可在同一公式中转换", fillcolor="#f3f3f3", color="#777777", style="rounded,filled,dashed"];
    cond1 [label="Pudlak condition (1)（普德拉克条件 1）\nexternal short proof -> internal P(n, code(phi))\n外部短证明以多项式开销内部化为 P 实例", fillcolor="#f3f3f3", color="#777777", style="rounded,filled,dashed"];
    cond2 [label="Pudlak condition (2)（普德拉克条件 2）\nP(n,m) -> P(q1(n), code(P(n,m)))\n证明谓词实例自身的定量内部化", fillcolor="#f3f3f3", color="#777777", style="rounded,filled,dashed"];
    cond3 [label="Pudlak condition (3)（普德拉克条件 3）\nbounded modus ponens composition（有界肯定前件合成）\nP(n,phi) 与 P(n,phi->psi) -> P(q2(n),psi)", fillcolor="#f3f3f3", color="#777777", style="rounded,filled,dashed"];
    mpcompiler [label="Accepted-code bounded modus ponens compiler\n接受码有界肯定前件编译器（外部语义层已闭合）\n\n同一公开列表保持验证器：\naccept(codeImp, A->B) + accept(codeA, A)\n  -> exists codeB, accept(codeB, B)\n完整载荷界：\n|codeB| <= |codeImp| + |codeA| + 240 + 34*S(A,B)\n两份输入 proof tree + certificate 原样复用\n树级、证书级、规范码级及任意接受码端点均已通过\n无隐藏长度参数；无 sorryAx\nFoundationCompactCertifiedModusPonens.lean\n\n注意：这里只关闭外部码合成；\nPA 内部 condition (3) 仍须由 arithmetic trace 内化。", fillcolor="#dff2e8", color="#2f6f57", penwidth=2.8];
    conjcompiler [label="Accepted-code bounded conjunction compiler\n接受码有界合取编译器（外部语义层已闭合）\n\naccept(codeA,A) + accept(codeB,B)\n  -> exists codeAnd, accept(codeAnd,A and B)\n完整载荷界：\n|codeAnd| <= |codeA| + |codeB| + 144 + 11*S(A,B)\n两棵输入树与两份完整证书原样复用\n任意接受码端点及 axiom profile 已通过\n无 sorryAx\nFoundationCompactCertifiedConjunction.lean\n\n注意：固定重言式与原文拼接步骤 (i)-(v)\n以及 PA 内部化仍未闭合。", fillcolor="#dff2e8", color="#2f6f57", penwidth=2.8];
    qdiagonal [label="Quantitative parameterized diagonalization\n定量参数化对角化（同一完整载荷坐标已闭合）\nFoundation parameterized_diagonal₁：固定 P 的全称证明为常数\n真实 Derivation2 实例化：cut + wk + exs + closed\n显式结构证书：binary(unary(baseCert), unary(leaf))\n公开列表保持验证器接受完整 proof+certificate 打包码\n短二进制数码项：2*previous+bit\n码长 O(Nat.size m)，标准模型值严格为 m\n最终完整载荷界：baseProof+baseCert+192\n + 2048*(formulaConstant+stepConstant*|m|+1)^3\n同一公式实例的精确最短载荷也不超过该界\n具体 CompactProof 谓词仍由灰色算术化节点提供\nFoundationCompactDerivationSpecialization.lean\nFoundationCompactCertifiedDerivationSpecialization.lean\nFoundationCompactBinaryNumeralTerm.lean\nFoundationCompactParameterizedDiagonalSpecialization.lean\n端点无 sorryAx", fillcolor="#dff2e8", color="#2f6f57", penwidth=2.8];
    proofassembly [label="Bounded proof-calculus assembly (i)-(v)\n有界证明演算拼接（原文步骤 i-v）\n固定命题重言式 + (0)-(3) + MP/conjunction composition\n逐步得到 not P(q5(m), bottom) -> D(m)\n每次拼接与公式实例化均须显式多项式长度", fillcolor="#f3f3f3", color="#777777", style="rounded,filled,dashed"];
    paconsistency [label="PA consistency in the standard model\nPA 在标准模型中的一致性\naccepted falsum proof -> real Derivation2 -> contradiction\n项目已有 noListedCertifiedPAProofOfFalsum；无 sorryAx", fillcolor="#dff2e8", color="#2f6f57", penwidth=2.4];
    exponentextract [label="Consistency contradiction + exponent extraction\n一致性反证 + 指数提取\n短 D(m) 证明与一致性冲突\nq5(m) 的多项式重标定 -> 存在 epsilon > 0\n推出 Con_A(n) 无 n^epsilon 长度证明", fillcolor="#f3f3f3", color="#777777", style="rounded,filled,dashed"];
    diagonal [label="Pudlak 1986 Theorem 3.1\n普德拉克 1986 定理 3.1\ndiagonal proof-length lower bound\n对角证明长度下界", fillcolor="#f3f3f3", color="#777777", style="rounded,filled,dashed", penwidth=2.0];
    internalnote [shape=note, label="关键注释：外部运行时间界不能自动变成 PA 内部短证明。\n必须构造 accepted computation trace（接受计算轨迹），\n并在同一算术编码中逐步验证。", fillcolor="#e8f1f8", color="#4e7892"];

    predicate -> resemanticprobe [label="exact standard-model relation\n精确标准模型关系"];
    minmeasure -> resemanticprobe [label="same honest payload length\n同一诚实载荷长度"];
    canonicalnormalize -> resemanticprobe [style=dotted, label="normalization audit only\n仅作规范化审计"];
    predicate -> listedconmeta [label="same accepted-code relation\n同一接受码关系"];
    minmeasure -> listedconmeta [label="same payload coordinate\n同一载荷坐标"];
    listedconmeta -> resemanticprobe [label="generic semantic representation\n通用定性语义表示"];
    canonicalnormalize -> listedconmeta [label="pointwise same-cutoff equivalence\n逐点同截断值等价"];
    polytime -> arithinput [label="same packed inputs and bit-cost coordinate\n同一打包输入与位成本坐标"];
    arithinput -> tokenstream [label="primitive-recursive payload and Nat-prefix base\n原始递归载荷与自然数前缀基础"];
    tokenstream -> bitsync [label="exact arbitrary-input stream semantics\n任意输入流精确语义"];
    tokenstream -> syntaxparser [label="bounded exact tokenization\n有界精确记号化"];
    bitsync -> syntaxbitsync [label="exact bit suffix invariant\n精确位后缀不变量"];
    syntaxparser -> syntaxbitsync [label="same term/formula token grammar\n同一项/公式 token 文法"];
    syntaxparser -> syntaxinversion [label="backward typed realization invariant\n反向类型化实现不变量"];
    syntaxinversion -> numericvalues [label="arbitrary syntax success is canonical\n任意语法成功均为真实规范前缀"];
    syntaxinversion -> closedformula [label="typed prefix recovery + no-fvar invariant\n类型化前缀恢复 + 无自由变量不变量"];
    closedformula -> proofparser [label="axm sentence task\n公理叶闭句任务"];
    syntaxparser -> proofparser [label="checked syntax-task machine\n已检查语法任务机"];
    syntaxparser -> certparser [label="induction-body formula parser\n归纳公理体公式解析"];
    syntaxinversion -> proofinversion [label="term / formula arbitrary inversion\n项 / 公式任意反演"];
    proofparser -> proofinversion [label="ten-rule numeric state machine\n十规则纯数值状态机"];
    closedformula -> proofinversion [label="real sentence recovery\n真实闭句恢复"];
    proofinversion -> numericnodefields [label="arbitrary proof success is canonical\n任意证明成功均为真实规范前缀"];
    syntaxinversion -> certinversion [label="induction-formula arbitrary inversion\n归纳公式任意反演"];
    certparser -> certinversion [label="23+4 certificate numeric machines\n23+4 类证书纯数值机"];
    certinversion -> numericnodefields [label="arbitrary certificate success is canonical\n任意证书成功均为真实规范前缀"];
    syntaxbitsync -> numericparser [label="term/formula typed-bit equivalence closed\n项/公式类型化位级等价已闭合"];
    bitsync -> proofbitsync [label="same exact bit suffix\n同一精确位后缀"];
    syntaxbitsync -> proofbitsync [label="typed sequent/term/formula components\n类型化序列/项/公式部件"];
    proofparser -> proofbitsync [label="same ten-rule token grammar\n同一十规则 token 文法"];
    bitsync -> certbitsync [label="same exact bit suffix\n同一精确位后缀"];
    syntaxbitsync -> certbitsync [label="induction-body formula synchronization\n归纳公式体同步"];
    certparser -> certbitsync [label="same 23+4 token grammar\n同一 23+4 类 token 文法"];
    proofbitsync -> numericparser [label="typed proof bit equivalence closed\n证明树类型化位级等价已闭合"];
    certbitsync -> numericparser [label="typed certificate bit equivalence closed\n证书类型化位级等价已闭合"];
    arithinput -> packedtokensync [label="same sentinel-packed inputs\n同一哨兵位打包输入"];
    tokenstream -> packedtokensync [label="primitive-recursive full tokenization\n原始递归完整 token 化"];
    proofbitsync -> packedtokensync [label="proof segment equivalence\n证明段等价"];
    certbitsync -> packedtokensync [label="certificate segment equivalence\n证书段等价"];
    packedtokensync -> numericvalues [label="same public token streams\n同一公开 token 流"];
    numericvalues -> numericchecks [label="exact numeric syntax values\n精确数值语法值"];
    numericvalues -> numericnodefields [label="sequent / formula / term immediate fields\n序列 / 公式 / 项立即字段"];
    numericchecks -> numericrules [label="same local list decisions\n同一局部列表判定"];
    numericvalues -> numericconstructors [label="canonical token values\n规范 token 值"];
    numericconstructors -> numericrules [label="six direct formula constructors\n六种直接公式构造"];
    numericvalues -> numericnegation [label="same parser task semantics\n同一解析任务语义"];
    numericnegation -> numericrules [label="exact De Morgan token transform\n精确 De Morgan 记号变换"];
    numericvalues -> numericshift [label="same parser task semantics\n同一解析任务语义"];
    numericshift -> numericrules [label="exact free-index successor transform\n精确自由变量后继变换"];
    numericvalues -> numericfree [label="same parser task and binder arity\n同一解析任务与绑定元数"];
    numericfree -> numericrules [label="exact arity-lowering free transform\n精确降元自由化变换"];
    numericvalues -> numericsubstitution [label="same parser task and witness tokens\n同一解析任务与见证记号"];
    numericsubstitution -> numericrules [label="exact qpow substitution transform\n精确量词下代入变换"];
    numericvalues -> numericfixitr [label="same parser task and binder arity\n同一解析任务与绑定元数"];
    numericfixitr -> numericparser [label="exact qpow fixitr transform\n精确量词下变量捕获变换"];
    numericconstructors -> numericsuccind [label="or / all token constructors\n析取 / 全称量词记号构造"];
    numericnegation -> numericsuccind [label="three exact negations\n三次精确否定"];
    numericshift -> numericsuccind [label="open-substitution namespace shift\n开放代入命名空间移位"];
    numericsubstitution -> numericsuccind [label="four exact substitution executions\n四条精确代入执行"];
    numericfixitr -> numericsuccind [label="capture open witnesses\n捕获开放见证"];
    numericsuccind -> numericguardedinduction [label="exact succInd(body) tokens\n精确后继归纳公式记号"];
    numericvalues -> numericfvsup [label="same checked syntax-task stack\n同一已检查语法任务栈"];
    numericsuccind -> numericfvsup [label="compute closure depth of succInd(body)\n计算归纳公式闭包深度"];
    numericfvsup -> numericguardedinduction [label="exact formula.fvSup value\n精确公式自由变量上确界"];
    numericfixitr -> numericallclosure [label="capture depth free variables first\n先捕获 depth 个自由变量"];
    numericfvsup -> numericallclosure [label="same exact closure depth\n同一精确闭包深度"];
    numericallclosure -> numericguardedinduction [label="guarded exact all-closure tokens\n带守卫精确全称闭包记号"];
    numericvalues -> numerictokenbitlength [label="candidate canonical token stream\n候选公式规范记号流"];
    numerictokenbitlength -> numericguardedinduction [label="actual candidate formulaCode bit length\n候选公式码真实位长"];
    numericfixitr -> numericguardedinduction [label="capture only after guard\n仅在守卫通过后捕获变量"];
    certbitsync -> numericguardedinduction [label="tag 22 induction body\n标签 22 归纳公式体"];
    numericguardedinduction -> numericallaxioms [label="guarded tag 22 exact result\n带守卫标签 22 精确结果"];
    certbitsync -> numericfixedaxioms [label="same PA-certificate tags and parameters\n同一 PA 证书标签与参数"];
    numericfixedaxioms -> numericallaxioms [label="tags 0..21 exact sentence tokens\n标签 0..21 精确公理句记号"];
    certinversion -> numericallaxioms [label="exact arbitrary certificate-token inversion\n任意证书记号精确反演"];
    numericallaxioms -> numericrules [label="axm branch comparator\n公理叶比较器"];
    numericrules -> numericparser [label="all ten local Boolean combiners closed\n十条局部布尔合并器全部闭合"];
    numericnodefields -> numericparser [label="exact child-stream scheduling inputs\n精确子流调度输入"];
    numericparser -> resemanticprobe [label="exact semantics audit\n精确语义审计"];
-     numericparser -> directtrace [label="same bounded state machine\n同一有界状态机"];
+     numericparser -> localtableau [label="same bounded verifierStep\n同一有界验证器单步"];
+     localtableau -> directtrace [label="public witness uses local validity\n公开见证使用局部有效性"];
    predicate -> directtrace [label="exact accepted-code equivalence\n接受码关系精确等价"];
-     directtrace -> compactformula [label="replace global equality by local tableau and explicit coding\n把全局等式改为局部计算表并显式编码"];
+     directtrace -> compactformula [label="add component subtraces and explicit coding\n补齐组件子轨迹与显式编码"];
    predicate -> compactformula [label="same accepted-code target\n同一接受码目标"];
    minmeasure -> compactformula [label="same honest payload cutoff\n同一诚实载荷截断"];
    listedconmeta -> compactformula [label="same finite-consistency target\n同一有限一致性目标"];
    resemanticprobe -> compactformula [style=dotted, arrowhead=none, constraint=false, label="semantic specification only; rfind program is not reused\n只保留语义规格；不复用最小化程序"];
    compactformula -> patrace [label="fixed formula and binary numerals\n固定公式与二进制数词"];
    internalnote -> patrace [style=dotted, arrowhead=none, constraint=false];
    patrace -> suitable;
    suitable -> cond0;
    suitable -> cond1;
    suitable -> cond2;
    suitable -> cond3;
    predicate -> mpcompiler [label="same public verifier\n同一公开验证器"];
    canonicalnormalize -> mpcompiler [label="decoded payload never grows\n解码规范化不增长"];
    mpcompiler -> cond3 [style=dotted, label="external compiler closed; PA internal proof remains\n外部编译已闭合；仍需 PA 内部短证明"];
    predicate -> conjcompiler [label="same public verifier\n同一公开验证器"];
    canonicalnormalize -> conjcompiler [label="decoded payload never grows\n解码规范化不增长"];
    conjcompiler -> proofassembly [style=dotted, label="external conjunction primitive closed\n外部合取原语已闭合"];
    compactformula -> qdiagonal [style=dotted, arrowhead=none, constraint=false, label="later instantiate the closed generic compiler at concrete P\n后续把已闭合通用编译器实例化到具体 P"];
    suitable -> qdiagonal [style=dotted, arrowhead=none, constraint=false, label="concrete P conditions belong to later assembly\n具体 P 条件属于后续拼接"];
    transformcode -> qdiagonal [label="formula-instance size bound already checked\n公式实例大小界已检查"];
    cond0 -> proofassembly;
    cond1 -> proofassembly;
    cond2 -> proofassembly;
    cond3 -> proofassembly;
    qdiagonal -> proofassembly;
    proofassembly -> exponentextract;
    paconsistency -> exponentextract;
    exponentextract -> diagonal;
  }

  subgraph cluster_buss {
    label="H. Buss-Pudlak lower bound（布斯-普德拉克下界）";
    color="#9a9a9a";
    style="rounded,dashed";

    family [label="F_n = Con_T((f(n))^c)\n有限一致性公式族\nsame T / proof system / symbol length\n同一理论 / 证明系统 / 符号长度", fillcolor="#f3f3f3", color="#777777", style="rounded,filled,dashed"];
    rescale [label="Buss 1994 Theorem 5\n布斯 1994 第 5 定理\ntime-constructible rescaling\n时间可构造重标定", fillcolor="#f3f3f3", color="#777777", style="rounded,filled,dashed", penwidth=2.0];
    lower [label="minProofLength(F_n) > U(n) eventually\n最短证明长度最终大于 U(n)\nsuper-polynomial lower bound（超多项式下界）", fillcolor="#e9e3f5", color="#76639a", style="rounded,filled,dashed", penwidth=2.0];
    lowernote [shape=note, label="关键注释：文献下界只能用于原文满足条件的\nformula family（公式族）、proof system（证明系统）\n和 symbol length（符号长度）；名字相似不能替代对象恒等。", fillcolor="#e8f1f8", color="#4e7892"];

    compactformula -> family [label="same CompactProof predicate\n同一紧凑证明谓词"];
    minmeasure -> family [label="exact minimum length coordinate\n精确最短长度坐标"];
    diagonal -> rescale [label="power lower-bound seed\n幂下界种子"];
    family -> rescale;
    rescale -> lower [label="explicit time-constructible f\n显式时间可构造函数 f"];
    lowernote -> rescale [style=dotted, arrowhead=none, constraint=false];
  }

  subgraph cluster_collision {
    label="I. Same-object upper bound and collision（同对象上界与碰撞）";
    color="#9a9a9a";
    style="rounded,dashed";

    sondowcert [label="Sondow checked certificates\n索多已检查证书\nassume gamma rational（假设欧拉常数有理）\n本节点只表示证书已检查，不等于同对象上界已完成", fillcolor="#dff2e8", color="#3f7c66"];
    samecompiler [label="Sondow same-object compiler\n索多同对象编译器\ncertificate -> real proof of the same F_n\n证书 -> 同一 F_n 的真实证明", fillcolor="#f3f3f3", color="#777777", style="rounded,filled,dashed"];
    upper [label="minProofLength(F_n) <= U(n)\n最短证明长度不超过多项式 U(n)\npolynomial upper bound（多项式上界）\n等待 same-object compiler（同对象编译器）", fillcolor="#f3f3f3", color="#777777", style="rounded,filled,dashed"];
    collision [label="U(N) < minProofLength(F_N) <= U(N)\n同一 N、同一公式、同一检查器、同一长度的矛盾\ncollision theorem（碰撞定理）", fillcolor="#f8d9d6", color="#a8443d", style="rounded,filled,dashed", penwidth=2.5];
    final [label="not is_rational euler_mascheroni\n欧拉-马歇罗尼常数非有理\n仅在全部上游根定理闭合后成立", fillcolor="#f8d9d6", color="#a8443d", style="rounded,filled,dashed", penwidth=2.5];
    samenote [shape=note, label="关键注释：碰撞必须是同一 N、同一 F_N、\n同一 checker（检查器）和同一 length measure（长度度量）。\n只证明两个抽象接口各自存在不能形成碰撞。", fillcolor="#e8f1f8", color="#4e7892"];

    sondowcert -> samecompiler;
    family -> samecompiler [label="formula identity\n公式恒等"];
    predicate -> samecompiler [label="same checker/length\n同一检查器/长度"];
    minmeasure -> samecompiler [label="same minimum payload measure\n同一最短载荷度量"];
    samecompiler -> upper [label="canonical accepted proof code\n规范且被接受的证明码"];
    upper -> collision [label="same F_N / same length\n同一 F_N / 同一长度"];
    lower -> collision [label="same F_N / same length\n同一 F_N / 同一长度"];
    samenote -> collision [style=dotted, arrowhead=none, constraint=false];
    collision -> final;
  }

  subgraph cluster_audit {
    label="J. Submission-grade audit gates（投稿级审计门）";
    color="#76639a";
    style="rounded";

    axioms [label="#print axioms audit（公理画像审计）\n已完成节点仅依赖：\npropext（命题外延）\nClassical.choice（经典选择）\nQuot.sound（商类型可靠性）", fillcolor="#e9e3f5", color="#76639a"];
    forbidden [label="Forbidden project assumptions（禁止项目级假设）\nno tail_gap（无尾部间隙参数）\nno upper_provider（无上界提供者参数）\nno project proof_length（无项目证明长度公设）\nno sorryAx（无未完成证明公设）", fillcolor="#e9e3f5", color="#76639a"];
    gate [label="Final dependency audit（最终依赖审计）\nsame formula / parameter / checker / measure\n同一公式 / 参数 / 检查器 / 度量", fillcolor="#e9e3f5", color="#76639a", penwidth=2.0];

    totalcanonical -> axioms [style=dotted];
    publiciff -> axioms [style=dotted];
    completeness -> axioms [style=dotted];
    nattrace -> axioms [style=dotted];
    polytime -> forbidden [style=dashed];
    diagonal -> forbidden [style=dashed];
    samecompiler -> forbidden [style=dashed];
    lower -> gate;
    upper -> gate;
    axioms -> gate;
    forbidden -> gate;
    gate -> collision [style=dashed, label="audit pass\n审计通过"];
  }

  subgraph cluster_rejected_routes {
    label="K. Rejected historical routes（经审计弃用的历史路线；不通向主结论）";
    color="#a8443d";
    style="rounded,dashed";

    rawgodel [label="Nat.size(rawProofCode) lower bound\n原始哥德尔证明码位长下界\nunary-numeral encoding artifact（一元数词编码伪影）", fillcolor="#f8d9d6", color="#a8443d", style="rounded,filled,dashed"];
    postfixraw [label="Postfix checker rebuilding rawCode\n重建 rawCode 的后缀检查器\nprimitive recursive != polynomial time\n原始递归不等于多项式时间", fillcolor="#f8d9d6", color="#a8443d", style="rounded,filled,dashed"];
    abstractgap [label="tail_gap / computable_gap input\n尾部间隙 / 可计算间隙输入\nassumes the lower bound（预设下界）", fillcolor="#f8d9d6", color="#a8443d", style="rounded,filled,dashed"];
    abstractupper [label="upper_provider input\n上界提供者输入\nassumes the Sondow bridge（预设索多桥）", fillcolor="#f8d9d6", color="#a8443d", style="rounded,filled,dashed"];
    unsimulated [label="Unproved Hilbert-system simulation\n未证明的 Hilbert 系统模拟\nwrong/uncalibrated proof measure\n错误或未校准的证明度量", fillcolor="#f8d9d6", color="#a8443d", style="rounded,filled,dashed"];
    graft [label="strengthened_to_partial / transfer_to_graft\n加强到部分 / 嫁接转移接口\ninterface packaging without source theorem\n只有接口包装、没有源定理", fillcolor="#f8d9d6", color="#a8443d", style="rounded,filled,dashed"];
    rejectednote [shape=note, label="弃用判据：编码伪影、循环输入、对象错位，\n或只给接口而没有根定理。\n本区域没有任何边连接最终碰撞定理。", fillcolor="#fff1f0", color="#a8443d"];

    rawgodel -> postfixraw [style=dotted, color="#a8443d"];
    abstractgap -> graft [style=dotted, color="#a8443d"];
    abstractupper -> graft [style=dotted, color="#a8443d"];
    unsimulated -> graft [style=dotted, color="#a8443d"];
    rejectednote -> graft [style=dotted, arrowhead=none, color="#a8443d"];
  }
}
